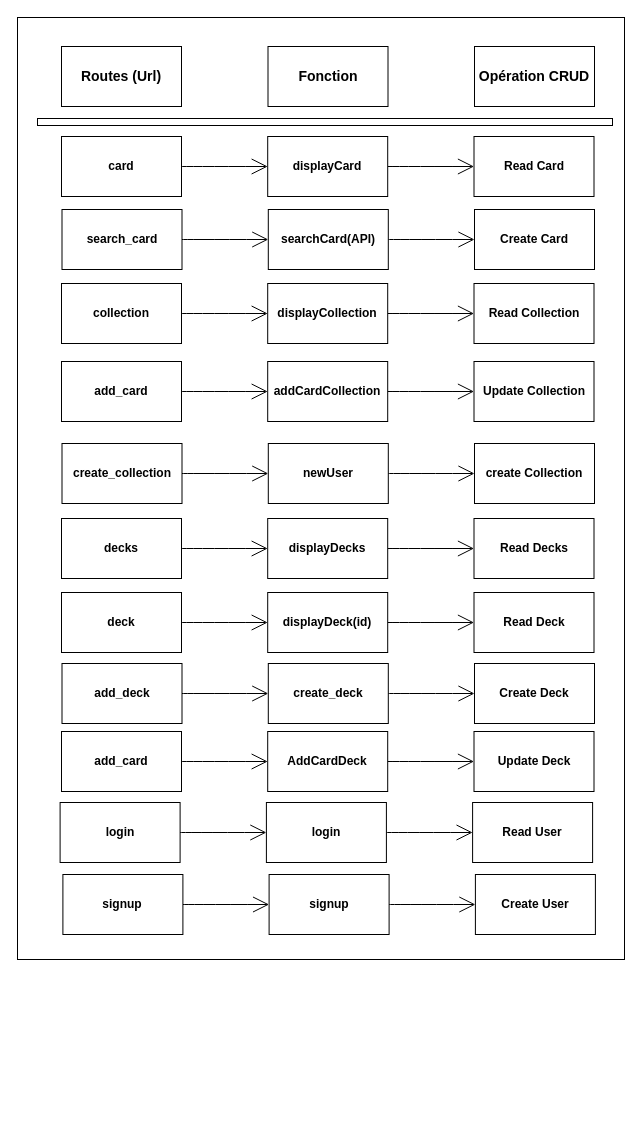
This is doc/shemas/interaction_gtm.drawio from guillaumemouchet/Gathering-The-Magic, a draw.io file, before an edit. Source tidied: cells renumbered, new cells numbered last; positions are measured from the earlier drawing's top-left corner, leaving out a move shared by most shapes. Both pictures are drawn from the tidied source at 100%, with x=0, y=0 at pixel (17, 17).
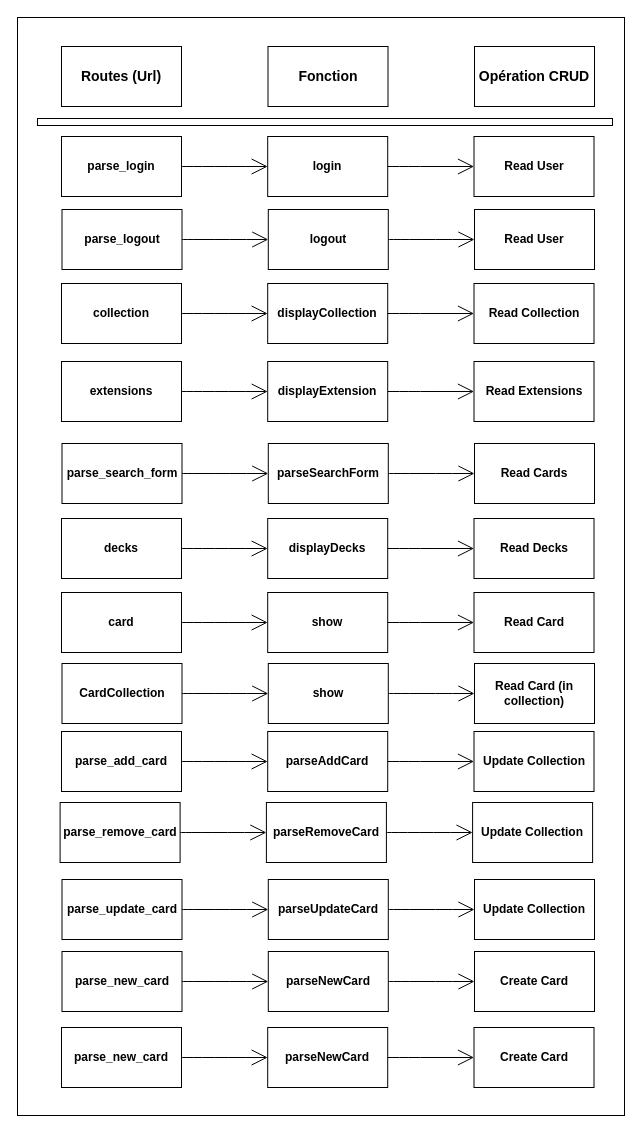
Above is the later version.

Diff of the diagram source:
```diff
@@
     <mxCell id="2" style="rounded=0;whiteSpace=wrap;html=1;" parent="1" vertex="1">
-      <mxGeometry width="607" height="942" as="geometry" />
+      <mxGeometry width="607" height="1098" as="geometry" />
     </mxCell>
@@
-    <mxCell id="5" value="card" style="rounded=0;whiteSpace=wrap;html=1;hachureGap=4;fontStyle=1;" parent="1" vertex="1">
+    <mxCell id="5" value="parse_login" style="rounded=0;whiteSpace=wrap;html=1;hachureGap=4;fontStyle=1;" parent="1" vertex="1">
       <mxGeometry x="44" y="119" width="120" height="60" as="geometry" />
     </mxCell>
@@
-    <mxCell id="7" value="displayCard" style="rounded=0;whiteSpace=wrap;html=1;hachureGap=4;fontStyle=1;" parent="1" vertex="1">
+    <mxCell id="7" value="login" style="rounded=0;whiteSpace=wrap;html=1;hachureGap=4;fontStyle=1;" parent="1" vertex="1">
       <mxGeometry x="250.2" y="119" width="120" height="60" as="geometry" />
     </mxCell>
-    <mxCell id="8" value="Read Card" style="rounded=0;whiteSpace=wrap;html=1;hachureGap=4;fontStyle=1;" parent="1" vertex="1">
+    <mxCell id="8" value="Read User" style="rounded=0;whiteSpace=wrap;html=1;hachureGap=4;fontStyle=1;" parent="1" vertex="1">
       <mxGeometry x="456.5" y="119" width="120" height="60" as="geometry" />
     </mxCell>
@@
-    <mxCell id="12" value="search_card" style="rounded=0;whiteSpace=wrap;html=1;hachureGap=4;fontStyle=1;" parent="1" vertex="1">
+    <mxCell id="12" value="parse_logout" style="rounded=0;whiteSpace=wrap;html=1;hachureGap=4;fontStyle=1;" parent="1" vertex="1">
       <mxGeometry x="44.5" y="192" width="120" height="60" as="geometry" />
     </mxCell>
@@
-    <mxCell id="14" value="searchCard(API)" style="rounded=0;whiteSpace=wrap;html=1;hachureGap=4;fontStyle=1;" parent="1" vertex="1">
+    <mxCell id="14" value="logout" style="rounded=0;whiteSpace=wrap;html=1;hachureGap=4;fontStyle=1;" parent="1" vertex="1">
       <mxGeometry x="250.8" y="192" width="120" height="60" as="geometry" />
     </mxCell>
-    <mxCell id="15" value="Create Card" style="rounded=0;whiteSpace=wrap;html=1;hachureGap=4;fontStyle=1;" parent="1" vertex="1">
+    <mxCell id="15" value="Read User" style="rounded=0;whiteSpace=wrap;html=1;hachureGap=4;fontStyle=1;" parent="1" vertex="1">
       <mxGeometry x="457" y="192" width="120" height="60" as="geometry" />
     </mxCell>
@@
-    <mxCell id="22" value="add_card" style="rounded=0;whiteSpace=wrap;html=1;hachureGap=4;fontStyle=1;" parent="1" vertex="1">
+    <mxCell id="22" value="extensions" style="rounded=0;whiteSpace=wrap;html=1;hachureGap=4;fontStyle=1;" parent="1" vertex="1">
       <mxGeometry x="44" y="344" width="120" height="60" as="geometry" />
     </mxCell>
@@
-    <mxCell id="24" value="addCardCollection" style="rounded=0;whiteSpace=wrap;html=1;hachureGap=4;fontStyle=1;" parent="1" vertex="1">
+    <mxCell id="24" value="displayExtension" style="rounded=0;whiteSpace=wrap;html=1;hachureGap=4;fontStyle=1;" parent="1" vertex="1">
       <mxGeometry x="250.2" y="344" width="120" height="60" as="geometry" />
     </mxCell>
-    <mxCell id="25" value="Update Collection" style="rounded=0;whiteSpace=wrap;html=1;hachureGap=4;fontStyle=1;" parent="1" vertex="1">
+    <mxCell id="25" value="Read Extensions" style="rounded=0;whiteSpace=wrap;html=1;hachureGap=4;fontStyle=1;" parent="1" vertex="1">
       <mxGeometry x="456.5" y="344" width="120" height="60" as="geometry" />
     </mxCell>
@@
-    <mxCell id="27" value="create_collection" style="rounded=0;whiteSpace=wrap;html=1;hachureGap=4;fontStyle=1;" parent="1" vertex="1">
+    <mxCell id="27" value="parse_search_form" style="rounded=0;whiteSpace=wrap;html=1;hachureGap=4;fontStyle=1;" parent="1" vertex="1">
       <mxGeometry x="44.5" y="426" width="120" height="60" as="geometry" />
     </mxCell>
@@
-    <mxCell id="29" value="newUser" style="rounded=0;whiteSpace=wrap;html=1;hachureGap=4;fontStyle=1;" parent="1" vertex="1">
+    <mxCell id="29" value="parseSearchForm" style="rounded=0;whiteSpace=wrap;html=1;hachureGap=4;fontStyle=1;" parent="1" vertex="1">
       <mxGeometry x="250.8" y="426" width="120" height="60" as="geometry" />
     </mxCell>
-    <mxCell id="30" value="create Collection" style="rounded=0;whiteSpace=wrap;html=1;hachureGap=4;fontStyle=1;" parent="1" vertex="1">
+    <mxCell id="30" value="Read Cards" style="rounded=0;whiteSpace=wrap;html=1;hachureGap=4;fontStyle=1;" parent="1" vertex="1">
       <mxGeometry x="457" y="426" width="120" height="60" as="geometry" />
     </mxCell>
@@
-    <mxCell id="38" value="login" style="rounded=0;whiteSpace=wrap;html=1;hachureGap=4;fontStyle=1;" parent="1" vertex="1">
+    <mxCell id="38" value="parse_remove_card" style="rounded=0;whiteSpace=wrap;html=1;hachureGap=4;fontStyle=1;" parent="1" vertex="1">
       <mxGeometry x="42.6" y="785" width="120" height="60" as="geometry" />
     </mxCell>
@@
-    <mxCell id="40" value="login" style="rounded=0;whiteSpace=wrap;html=1;hachureGap=4;fontStyle=1;" parent="1" vertex="1">
+    <mxCell id="40" value="parseRemoveCard" style="rounded=0;whiteSpace=wrap;html=1;hachureGap=4;fontStyle=1;" parent="1" vertex="1">
       <mxGeometry x="248.9" y="785" width="120" height="60" as="geometry" />
     </mxCell>
-    <mxCell id="41" value="Read User" style="rounded=0;whiteSpace=wrap;html=1;hachureGap=4;fontStyle=1;" parent="1" vertex="1">
+    <mxCell id="41" value="Update Collection" style="rounded=0;whiteSpace=wrap;html=1;hachureGap=4;fontStyle=1;" parent="1" vertex="1">
       <mxGeometry x="455.1" y="785" width="120" height="60" as="geometry" />
     </mxCell>
-    <mxCell id="42" style="edgeStyle=none;curved=1;rounded=0;jettySize=auto;html=1;exitX=1;exitY=0.5;exitDx=0;exitDy=0;entryX=0;entryY=0.5;entryDx=0;entryDy=0;fontSize=14;endArrow=open;startSize=14;endSize=14;sourcePerimeterSpacing=8;targetPerimeterSpacing=8;" parent="1" edge="1" source="43" target="45">
-      <mxGeometry relative="1" as="geometry" />
-    </mxCell>
-    <mxCell id="43" value="signup" style="rounded=0;whiteSpace=wrap;html=1;hachureGap=4;fontStyle=1;" parent="1" vertex="1">
-      <mxGeometry x="45.4" y="857" width="120" height="60" as="geometry" />
-    </mxCell>
-    <mxCell id="44" style="edgeStyle=none;curved=1;rounded=0;jettySize=auto;html=1;exitX=1;exitY=0.5;exitDx=0;exitDy=0;entryX=0;entryY=0.5;entryDx=0;entryDy=0;fontSize=14;endArrow=open;startSize=14;endSize=14;sourcePerimeterSpacing=8;targetPerimeterSpacing=8;" parent="1" edge="1" source="45" target="46">
-      <mxGeometry relative="1" as="geometry" />
-    </mxCell>
-    <mxCell id="45" value="signup" style="rounded=0;whiteSpace=wrap;html=1;hachureGap=4;fontStyle=1;" parent="1" vertex="1">
-      <mxGeometry x="251.6" y="857" width="120" height="60" as="geometry" />
-    </mxCell>
-    <mxCell id="46" value="Create User" style="rounded=0;whiteSpace=wrap;html=1;hachureGap=4;fontStyle=1;" parent="1" vertex="1">
-      <mxGeometry x="457.9" y="857" width="120" height="60" as="geometry" />
-    </mxCell>
@@
-    <mxCell id="48" value="deck" style="rounded=0;whiteSpace=wrap;html=1;hachureGap=4;fontStyle=1;" parent="1" vertex="1">
+    <mxCell id="48" value="card" style="rounded=0;whiteSpace=wrap;html=1;hachureGap=4;fontStyle=1;" parent="1" vertex="1">
       <mxGeometry x="44" y="575" width="120" height="60" as="geometry" />
     </mxCell>
@@
-    <mxCell id="50" value="displayDeck(id)" style="rounded=0;whiteSpace=wrap;html=1;hachureGap=4;fontStyle=1;" parent="1" vertex="1">
+    <mxCell id="50" value="show" style="rounded=0;whiteSpace=wrap;html=1;hachureGap=4;fontStyle=1;" parent="1" vertex="1">
       <mxGeometry x="250.2" y="575" width="120" height="60" as="geometry" />
     </mxCell>
-    <mxCell id="51" value="Read Deck" style="rounded=0;whiteSpace=wrap;html=1;hachureGap=4;fontStyle=1;" parent="1" vertex="1">
+    <mxCell id="51" value="Read Card" style="rounded=0;whiteSpace=wrap;html=1;hachureGap=4;fontStyle=1;" parent="1" vertex="1">
       <mxGeometry x="456.5" y="575" width="120" height="60" as="geometry" />
     </mxCell>
@@
-    <mxCell id="53" value="add_deck" style="rounded=0;whiteSpace=wrap;html=1;hachureGap=4;fontStyle=1;" parent="1" vertex="1">
+    <mxCell id="53" value="CardCollection" style="rounded=0;whiteSpace=wrap;html=1;hachureGap=4;fontStyle=1;" parent="1" vertex="1">
       <mxGeometry x="44.5" y="646" width="120" height="60" as="geometry" />
     </mxCell>
@@
-    <mxCell id="55" value="create_deck" style="rounded=0;whiteSpace=wrap;html=1;hachureGap=4;fontStyle=1;" parent="1" vertex="1">
+    <mxCell id="55" value="show" style="rounded=0;whiteSpace=wrap;html=1;hachureGap=4;fontStyle=1;" parent="1" vertex="1">
       <mxGeometry x="250.8" y="646" width="120" height="60" as="geometry" />
     </mxCell>
-    <mxCell id="56" value="Create Deck" style="rounded=0;whiteSpace=wrap;html=1;hachureGap=4;fontStyle=1;" parent="1" vertex="1">
+    <mxCell id="56" value="Read Card (in collection)" style="rounded=0;whiteSpace=wrap;html=1;hachureGap=4;fontStyle=1;" parent="1" vertex="1">
       <mxGeometry x="457" y="646" width="120" height="60" as="geometry" />
     </mxCell>
@@
-    <mxCell id="58" value="add_card" style="rounded=0;whiteSpace=wrap;html=1;hachureGap=4;fontStyle=1;" parent="1" vertex="1">
+    <mxCell id="58" value="parse_add_card" style="rounded=0;whiteSpace=wrap;html=1;hachureGap=4;fontStyle=1;" parent="1" vertex="1">
       <mxGeometry x="44" y="714" width="120" height="60" as="geometry" />
     </mxCell>
@@
-    <mxCell id="60" value="AddCardDeck" style="rounded=0;whiteSpace=wrap;html=1;hachureGap=4;fontStyle=1;" parent="1" vertex="1">
+    <mxCell id="60" value="parseAddCard" style="rounded=0;whiteSpace=wrap;html=1;hachureGap=4;fontStyle=1;" parent="1" vertex="1">
       <mxGeometry x="250.2" y="714" width="120" height="60" as="geometry" />
     </mxCell>
-    <mxCell id="61" value="Update Deck" style="rounded=0;whiteSpace=wrap;html=1;hachureGap=4;fontStyle=1;" parent="1" vertex="1">
+    <mxCell id="61" value="Update Collection" style="rounded=0;whiteSpace=wrap;html=1;hachureGap=4;fontStyle=1;" parent="1" vertex="1">
       <mxGeometry x="456.5" y="714" width="120" height="60" as="geometry" />
     </mxCell>
+    <mxCell id="62" style="edgeStyle=none;curved=1;rounded=0;jettySize=auto;html=1;exitX=1;exitY=0.5;exitDx=0;exitDy=0;entryX=0;entryY=0.5;entryDx=0;entryDy=0;fontSize=14;endArrow=open;startSize=14;endSize=14;sourcePerimeterSpacing=8;targetPerimeterSpacing=8;" parent="1" edge="1" source="63" target="65">
+      <mxGeometry relative="1" as="geometry" />
+    </mxCell>
+    <mxCell id="63" value="parse_update_card" style="rounded=0;whiteSpace=wrap;html=1;hachureGap=4;fontStyle=1;" parent="1" vertex="1">
+      <mxGeometry x="44.5" y="862" width="120" height="60" as="geometry" />
+    </mxCell>
+    <mxCell id="64" style="edgeStyle=none;curved=1;rounded=0;jettySize=auto;html=1;exitX=1;exitY=0.5;exitDx=0;exitDy=0;entryX=0;entryY=0.5;entryDx=0;entryDy=0;fontSize=14;endArrow=open;startSize=14;endSize=14;sourcePerimeterSpacing=8;targetPerimeterSpacing=8;" parent="1" edge="1" source="65" target="66">
+      <mxGeometry relative="1" as="geometry" />
+    </mxCell>
+    <mxCell id="65" value="parseUpdateCard" style="rounded=0;whiteSpace=wrap;html=1;hachureGap=4;fontStyle=1;" parent="1" vertex="1">
+      <mxGeometry x="250.8" y="862" width="120" height="60" as="geometry" />
+    </mxCell>
+    <mxCell id="66" value="Update Collection" style="rounded=0;whiteSpace=wrap;html=1;hachureGap=4;fontStyle=1;" parent="1" vertex="1">
+      <mxGeometry x="457" y="862" width="120" height="60" as="geometry" />
+    </mxCell>
+    <mxCell id="67" style="edgeStyle=none;curved=1;rounded=0;jettySize=auto;html=1;exitX=1;exitY=0.5;exitDx=0;exitDy=0;entryX=0;entryY=0.5;entryDx=0;entryDy=0;fontSize=14;endArrow=open;startSize=14;endSize=14;sourcePerimeterSpacing=8;targetPerimeterSpacing=8;" parent="1" edge="1" source="68" target="70">
+      <mxGeometry relative="1" as="geometry" />
+    </mxCell>
+    <mxCell id="68" value="parse_new_card" style="rounded=0;whiteSpace=wrap;html=1;hachureGap=4;fontStyle=1;" parent="1" vertex="1">
+      <mxGeometry x="44.5" y="934" width="120" height="60" as="geometry" />
+    </mxCell>
+    <mxCell id="69" style="edgeStyle=none;curved=1;rounded=0;jettySize=auto;html=1;exitX=1;exitY=0.5;exitDx=0;exitDy=0;entryX=0;entryY=0.5;entryDx=0;entryDy=0;fontSize=14;endArrow=open;startSize=14;endSize=14;sourcePerimeterSpacing=8;targetPerimeterSpacing=8;" parent="1" edge="1" source="70" target="71">
+      <mxGeometry relative="1" as="geometry" />
+    </mxCell>
+    <mxCell id="70" value="parseNewCard" style="rounded=0;whiteSpace=wrap;html=1;hachureGap=4;fontStyle=1;" parent="1" vertex="1">
+      <mxGeometry x="250.8" y="934" width="120" height="60" as="geometry" />
+    </mxCell>
+    <mxCell id="71" value="Create Card" style="rounded=0;whiteSpace=wrap;html=1;hachureGap=4;fontStyle=1;" parent="1" vertex="1">
+      <mxGeometry x="457" y="934" width="120" height="60" as="geometry" />
+    </mxCell>
+    <mxCell id="72" style="edgeStyle=none;curved=1;rounded=0;jettySize=auto;html=1;exitX=1;exitY=0.5;exitDx=0;exitDy=0;entryX=0;entryY=0.5;entryDx=0;entryDy=0;fontSize=14;endArrow=open;startSize=14;endSize=14;sourcePerimeterSpacing=8;targetPerimeterSpacing=8;" parent="1" edge="1" source="73" target="75">
+      <mxGeometry relative="1" as="geometry" />
+    </mxCell>
+    <mxCell id="73" value="parse_new_card" style="rounded=0;whiteSpace=wrap;html=1;hachureGap=4;fontStyle=1;" parent="1" vertex="1">
+      <mxGeometry x="44" y="1010" width="120" height="60" as="geometry" />
+    </mxCell>
+    <mxCell id="74" style="edgeStyle=none;curved=1;rounded=0;jettySize=auto;html=1;exitX=1;exitY=0.5;exitDx=0;exitDy=0;entryX=0;entryY=0.5;entryDx=0;entryDy=0;fontSize=14;endArrow=open;startSize=14;endSize=14;sourcePerimeterSpacing=8;targetPerimeterSpacing=8;" parent="1" edge="1" source="75" target="76">
+      <mxGeometry relative="1" as="geometry" />
+    </mxCell>
+    <mxCell id="75" value="parseNewCard" style="rounded=0;whiteSpace=wrap;html=1;hachureGap=4;fontStyle=1;" parent="1" vertex="1">
+      <mxGeometry x="250.2" y="1010" width="120" height="60" as="geometry" />
+    </mxCell>
+    <mxCell id="76" value="Create Card" style="rounded=0;whiteSpace=wrap;html=1;hachureGap=4;fontStyle=1;" parent="1" vertex="1">
+      <mxGeometry x="456.5" y="1010" width="120" height="60" as="geometry" />
+    </mxCell>
```
